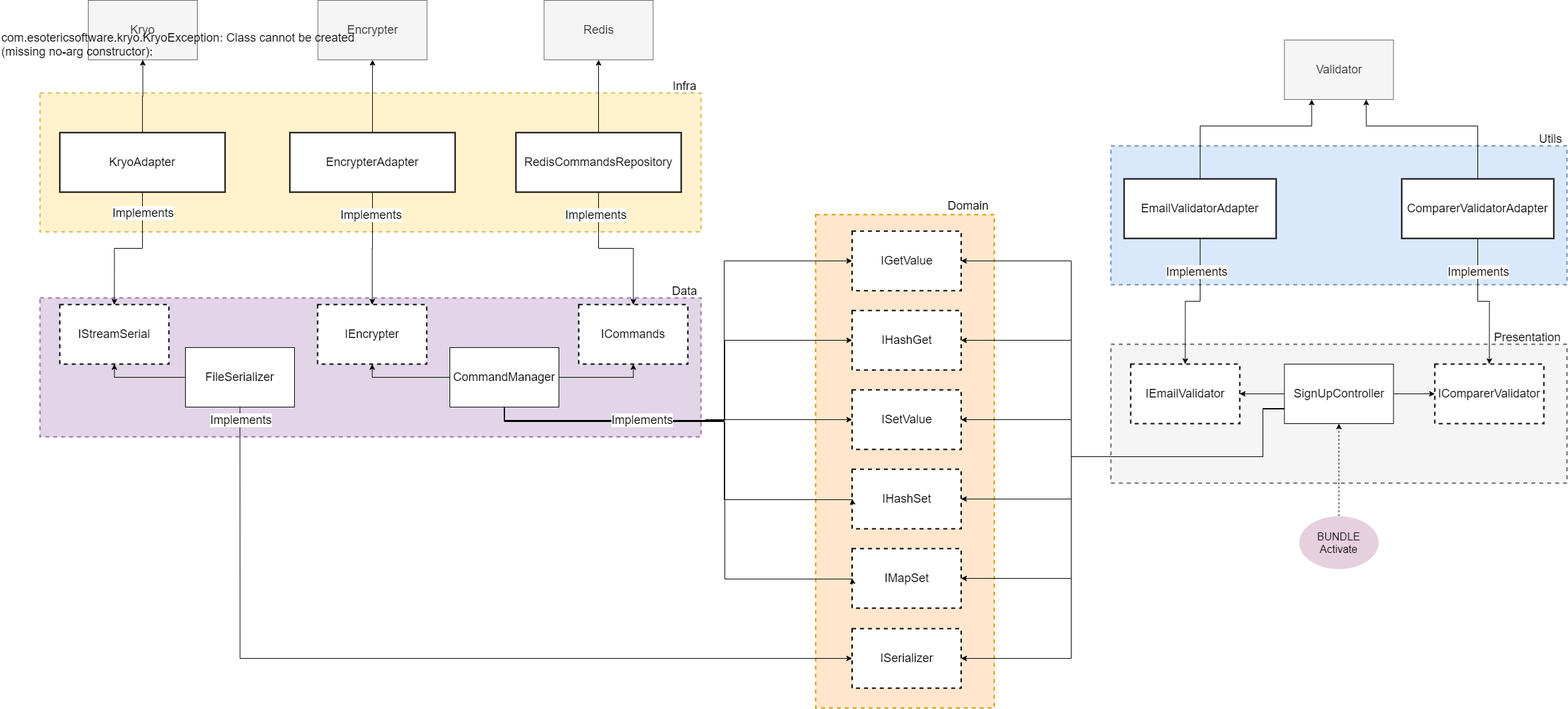
This is .github/app/.github/Clean_Domain_driven_design_Example.png from JoanPedro/high-availability-redis-karaf, a draw.io export, as it was before one commit. Source tidied: cells renumbered, new cells last; positions are measured from the earlier drawing's top-left corner, leaving out a move shared by most shapes.
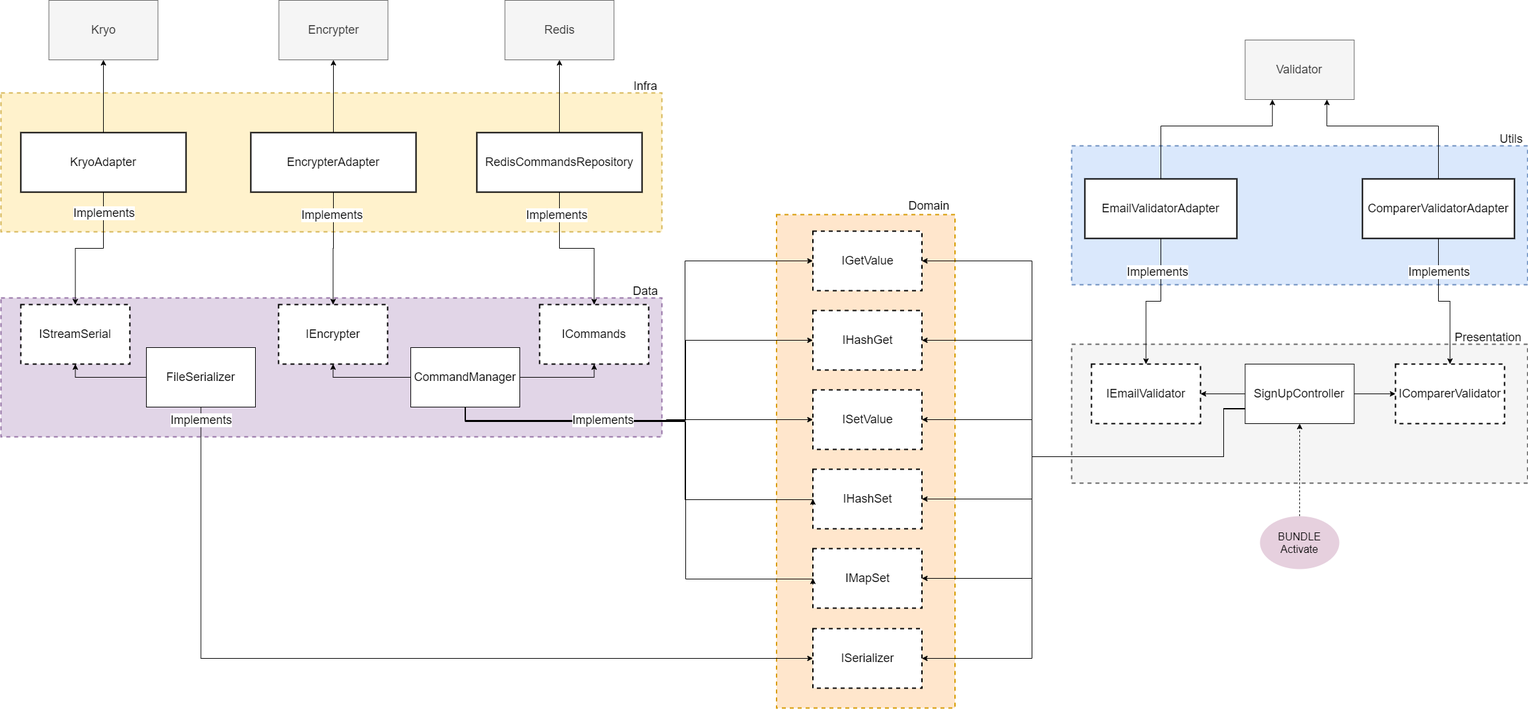
The same diagram one commit later.

Commit message:
docs: add Kryo serializer example

Change to the diagram source:
```diff
@@ -267,7 +267,7 @@
       <mxGeometry x="90" y="200" width="250" height="90" as="geometry" />
     </mxCell>
     <mxCell id="64" value="&lt;font style=&quot;font-size: 18px&quot;&gt;Kryo&lt;/font&gt;" style="rounded=0;whiteSpace=wrap;html=1;strokeWidth=1;fillColor=#f5f5f5;strokeColor=#666666;fontColor=#333333;" parent="1" vertex="1">
-      <mxGeometry x="133" width="165" height="90" as="geometry" />
+      <mxGeometry x="132.5" width="165" height="90" as="geometry" />
     </mxCell>
     <mxCell id="65" value="Implements" style="edgeLabel;html=1;align=center;verticalAlign=middle;fontSize=18;" parent="1" vertex="1">
       <mxGeometry x="2235" y="410" as="geometry" />
@@ -287,8 +287,5 @@
     <mxCell id="70" value="Implements" style="edgeLabel;html=1;align=center;verticalAlign=middle;fontSize=18;" parent="1" vertex="1">
       <mxGeometry x="900" y="324" as="geometry" />
     </mxCell>
-    <mxCell id="71" value="com.esotericsoftware.kryo.KryoException: Class cannot be created (missing no-arg constructor):" style="text;whiteSpace=wrap;html=1;fontSize=18;" parent="1" vertex="1">
-      <mxGeometry y="40" width="550" height="60" as="geometry" />
-    </mxCell>
   </root>
 </mxGraphModel>
```
